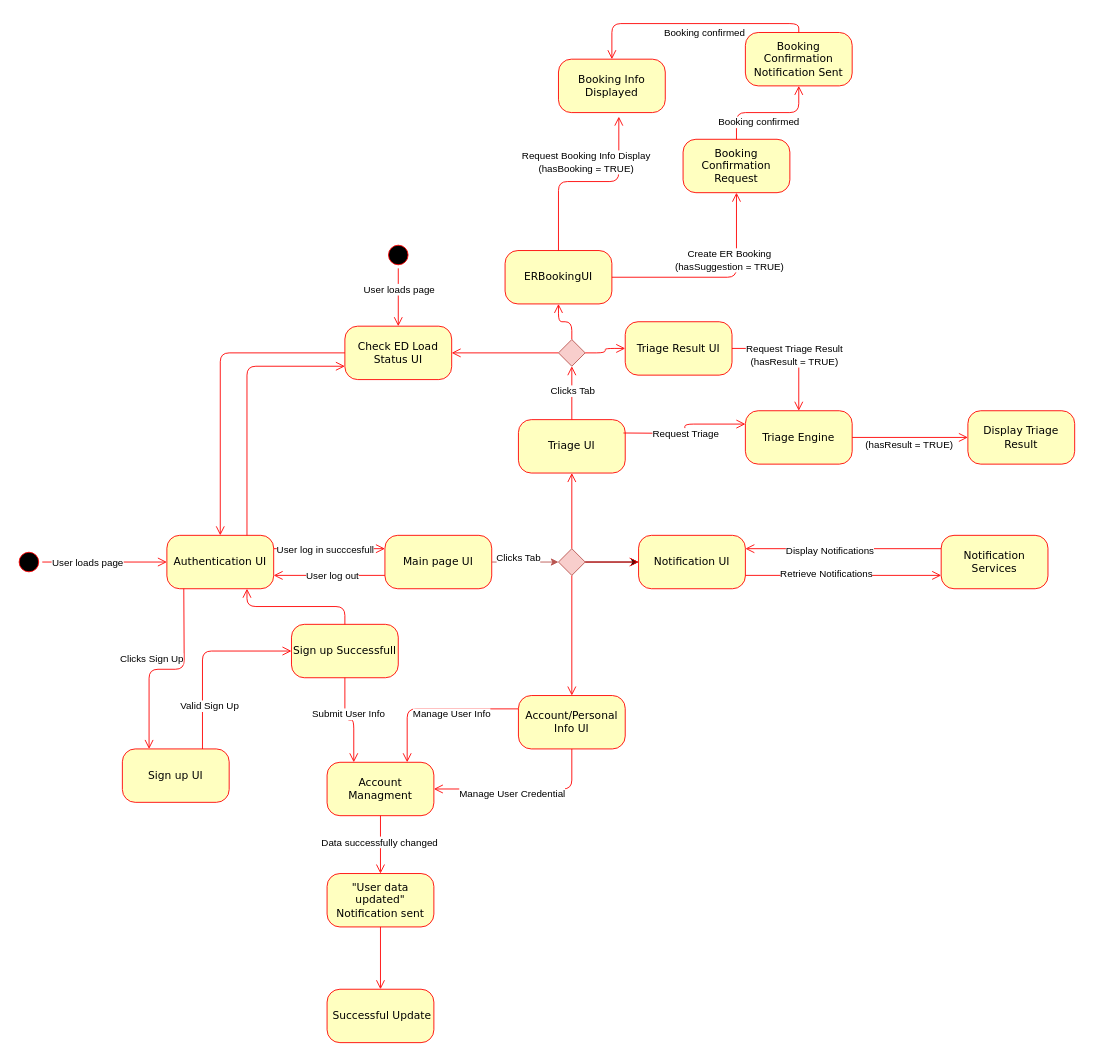
uvic-teach/project-m1-team8 keeps this draw.io diagram as Drawio/UIStateDiagram.drawio. Above is the earlier version. Source tidied: cells renumbered, new cells numbered last; positions are measured from the earlier drawing's top-left corner, leaving out a move shared by most shapes. Both pictures are drawn from the tidied source at 89%, with x=0, y=0 at pixel (15, 32).
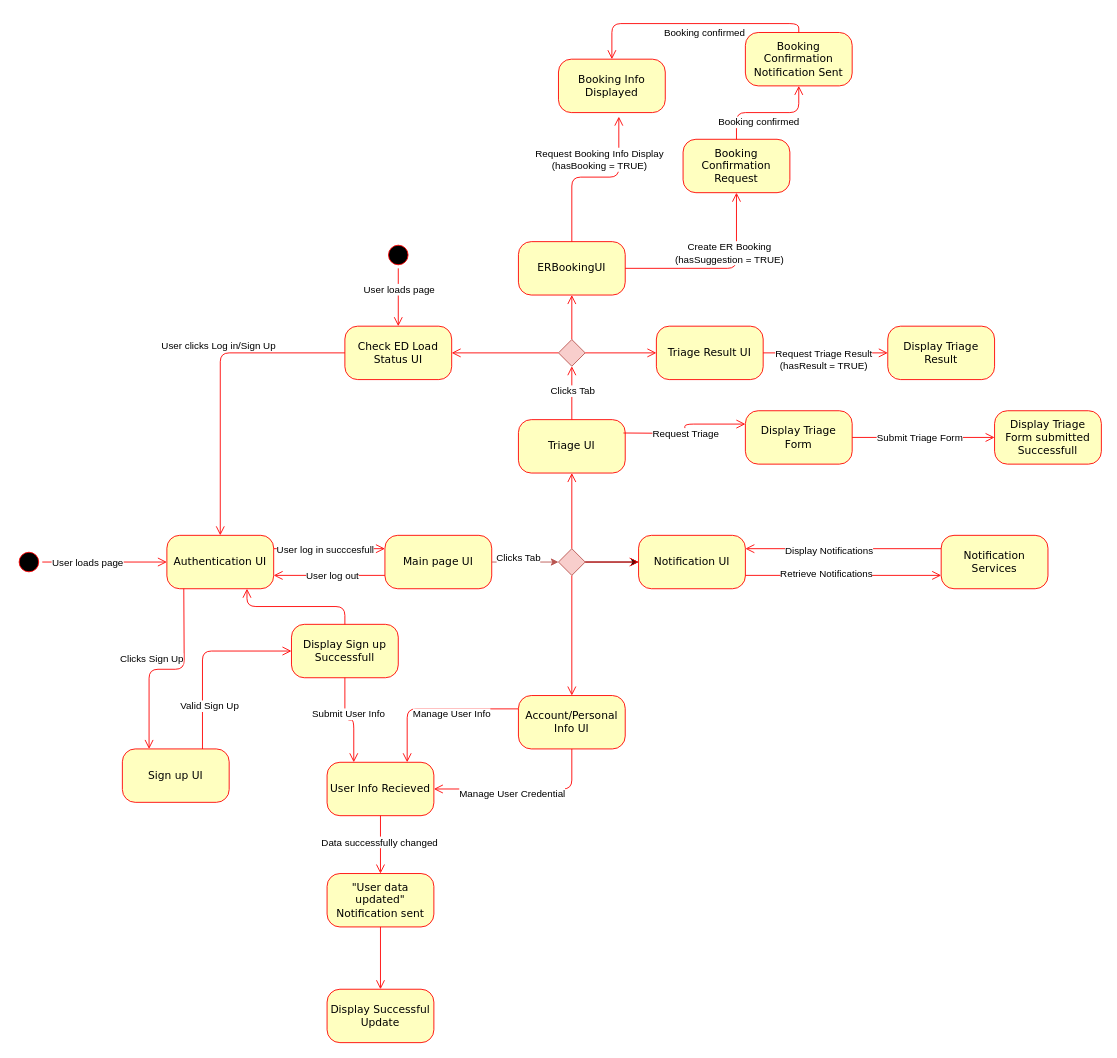
The same diagram, later.

Unchanged cells that the change refers to:
```xml
<mxCell id="3" value="Authentication UI" style="rounded=1;whiteSpace=wrap;html=1;arcSize=24;fillColor=#ffffc0;strokeColor=#ff0000;shadow=0;comic=0;labelBackgroundColor=none;fontFamily=Verdana;fontSize=12;fontColor=#000000;align=center;" parent="1" vertex="1">
  <mxGeometry x="170" y="565" width="120" height="60" as="geometry" />
</mxCell>
<mxCell id="19" value="Check ED Load Status UI" style="rounded=1;whiteSpace=wrap;html=1;arcSize=24;fillColor=#ffffc0;strokeColor=#ff0000;shadow=0;comic=0;labelBackgroundColor=none;fontFamily=Verdana;fontSize=12;fontColor=#000000;align=center;" parent="1" vertex="1">
  <mxGeometry x="370" y="330" width="120" height="60" as="geometry" />
</mxCell>
<mxCell id="23" style="edgeStyle=orthogonalEdgeStyle;html=1;labelBackgroundColor=none;endArrow=open;endSize=8;strokeColor=#ff0000;fontFamily=Verdana;fontSize=12;align=left;entryX=0.5;entryY=0;entryDx=0;entryDy=0;exitX=0;exitY=0.5;exitDx=0;exitDy=0;" parent="1" edge="1" source="19" target="3">
  <mxGeometry relative="1" as="geometry" />
</mxCell>
<mxCell id="76" style="edgeStyle=orthogonalEdgeStyle;html=1;labelBackgroundColor=none;endArrow=open;endSize=8;strokeColor=#ff0000;fontFamily=Verdana;fontSize=12;align=left;exitX=0;exitY=0.25;exitDx=0;exitDy=0;entryX=1;entryY=0.25;entryDx=0;entryDy=0;" parent="1" edge="1" source="75" target="71">
  <mxGeometry relative="1" as="geometry" />
</mxCell>
```

Change to the diagram source:
```diff
@@
     <mxCell id="16" value="ERBookingUI" style="rounded=1;whiteSpace=wrap;html=1;arcSize=24;fillColor=#ffffc0;strokeColor=#ff0000;shadow=0;comic=0;labelBackgroundColor=none;fontFamily=Verdana;fontSize=12;fontColor=#000000;align=center;" parent="1" vertex="1">
-      <mxGeometry x="550" y="245" width="120" height="60" as="geometry" />
+      <mxGeometry x="565" y="235" width="120" height="60" as="geometry" />
     </mxCell>
@@
+    <mxCell id="78" value="User clicks Log in/Sign Up" style="edgeLabel;html=1;align=center;verticalAlign=middle;" parent="23" vertex="1">
+      <mxGeometry x="0.04" y="-4" relative="1" as="geometry">
+        <mxPoint x="1" y="-48" as="offset" />
+      </mxGeometry>
+    </mxCell>
@@
     <mxCell id="35" value="Triage Result UI" style="rounded=1;whiteSpace=wrap;html=1;arcSize=24;fillColor=#ffffc0;strokeColor=#ff0000;shadow=0;comic=0;labelBackgroundColor=none;fontFamily=Verdana;fontSize=12;fontColor=#000000;align=center;" parent="1" vertex="1">
-      <mxGeometry x="685" y="325" width="120" height="60" as="geometry" />
+      <mxGeometry x="720" y="330" width="120" height="60" as="geometry" />
     </mxCell>
@@
-    <mxCell id="37" style="edgeStyle=orthogonalEdgeStyle;html=1;labelBackgroundColor=none;endArrow=open;endSize=8;strokeColor=#ff0000;fontFamily=Verdana;fontSize=12;align=left;exitX=0.75;exitY=0;exitDx=0;exitDy=0;entryX=0;entryY=0.75;entryDx=0;entryDy=0;" parent="1" edge="1" source="3" target="19">
-      <mxGeometry relative="1" as="geometry" />
-    </mxCell>
@@
-    <mxCell id="51" value="Triage Engine" style="rounded=1;whiteSpace=wrap;html=1;arcSize=24;fillColor=#ffffc0;strokeColor=#ff0000;shadow=0;comic=0;labelBackgroundColor=none;fontFamily=Verdana;fontSize=12;fontColor=#000000;align=center;" parent="1" vertex="1">
+    <mxCell id="51" value="Display Triage Form" style="rounded=1;whiteSpace=wrap;html=1;arcSize=24;fillColor=#ffffc0;strokeColor=#ff0000;shadow=0;comic=0;labelBackgroundColor=none;fontFamily=Verdana;fontSize=12;fontColor=#000000;align=center;" parent="1" vertex="1">
       <mxGeometry x="820" y="425" width="120" height="60" as="geometry" />
     </mxCell>
-    <mxCell id="52" style="edgeStyle=orthogonalEdgeStyle;html=1;labelBackgroundColor=none;endArrow=open;endSize=8;strokeColor=#ff0000;fontFamily=Verdana;fontSize=12;align=left;exitX=1;exitY=0.5;exitDx=0;exitDy=0;entryX=0.5;entryY=0;entryDx=0;entryDy=0;" parent="1" edge="1" source="35" target="51">
+    <mxCell id="52" style="edgeStyle=orthogonalEdgeStyle;html=1;labelBackgroundColor=none;endArrow=open;endSize=8;strokeColor=#ff0000;fontFamily=Verdana;fontSize=12;align=left;exitX=1;exitY=0.5;exitDx=0;exitDy=0;entryX=0;entryY=0.5;entryDx=0;entryDy=0;" parent="1" edge="1" source="35" target="56">
       <mxGeometry relative="1" as="geometry" />
     </mxCell>
@@
-    <mxCell id="54" style="edgeStyle=orthogonalEdgeStyle;html=1;labelBackgroundColor=none;endArrow=open;endSize=8;strokeColor=#ff0000;fontFamily=Verdana;fontSize=12;align=left;exitX=1;exitY=0.5;exitDx=0;exitDy=0;entryX=0;entryY=0.5;entryDx=0;entryDy=0;" parent="1" edge="1" source="51" target="56">
-      <mxGeometry relative="1" as="geometry" />
-    </mxCell>
-    <mxCell id="55" value="&lt;div&gt;(hasResult = TRUE)&lt;br&gt;&lt;/div&gt;" style="edgeLabel;html=1;align=center;verticalAlign=middle;" parent="54" vertex="1">
-      <mxGeometry x="-0.16" relative="1" as="geometry">
-        <mxPoint x="8" y="7" as="offset" />
-      </mxGeometry>
-    </mxCell>
     <mxCell id="56" value="Display Triage Result" style="rounded=1;whiteSpace=wrap;html=1;arcSize=24;fillColor=#ffffc0;strokeColor=#ff0000;shadow=0;comic=0;labelBackgroundColor=none;fontFamily=Verdana;fontSize=12;fontColor=#000000;align=center;" parent="1" vertex="1">
-      <mxGeometry x="1070" y="425" width="120" height="60" as="geometry" />
+      <mxGeometry x="980" y="330" width="120" height="60" as="geometry" />
     </mxCell>
-    <mxCell id="57" value="Account Managment" style="rounded=1;whiteSpace=wrap;html=1;arcSize=24;fillColor=#ffffc0;strokeColor=#ff0000;shadow=0;comic=0;labelBackgroundColor=none;fontFamily=Verdana;fontSize=12;fontColor=#000000;align=center;" parent="1" vertex="1">
+    <mxCell id="57" value="User Info Recieved" style="rounded=1;whiteSpace=wrap;html=1;arcSize=24;fillColor=#ffffc0;strokeColor=#ff0000;shadow=0;comic=0;labelBackgroundColor=none;fontFamily=Verdana;fontSize=12;fontColor=#000000;align=center;" parent="1" vertex="1">
       <mxGeometry x="350" y="820" width="120" height="60" as="geometry" />
     </mxCell>
-    <mxCell id="58" value="Sign up Successfull" style="rounded=1;whiteSpace=wrap;html=1;arcSize=24;fillColor=#ffffc0;strokeColor=#ff0000;shadow=0;comic=0;labelBackgroundColor=none;fontFamily=Verdana;fontSize=12;fontColor=#000000;align=center;" parent="1" vertex="1">
+    <mxCell id="58" value="Display Sign up Successfull" style="rounded=1;whiteSpace=wrap;html=1;arcSize=24;fillColor=#ffffc0;strokeColor=#ff0000;shadow=0;comic=0;labelBackgroundColor=none;fontFamily=Verdana;fontSize=12;fontColor=#000000;align=center;" parent="1" vertex="1">
       <mxGeometry x="310" y="665" width="120" height="60" as="geometry" />
     </mxCell>
@@
-    <mxCell id="70" value="&amp;nbsp;Successful Update" style="rounded=1;whiteSpace=wrap;html=1;arcSize=24;fillColor=#ffffc0;strokeColor=#ff0000;shadow=0;comic=0;labelBackgroundColor=none;fontFamily=Verdana;fontSize=12;fontColor=#000000;align=center;" parent="1" vertex="1">
+    <mxCell id="70" value="Display Successful Update" style="rounded=1;whiteSpace=wrap;html=1;arcSize=24;fillColor=#ffffc0;strokeColor=#ff0000;shadow=0;comic=0;labelBackgroundColor=none;fontFamily=Verdana;fontSize=12;fontColor=#000000;align=center;" parent="1" vertex="1">
       <mxGeometry x="350" y="1075" width="120" height="60" as="geometry" />
     </mxCell>
@@
     <mxCell id="77" value="Display Notifications" style="edgeLabel;html=1;align=center;verticalAlign=middle;" parent="76" vertex="1">
       <mxGeometry x="0.4" y="1" relative="1" as="geometry">
-        <mxPoint x="28" as="offset" />
+        <mxPoint x="27" as="offset" />
       </mxGeometry>
     </mxCell>
+    <mxCell id="79" style="edgeStyle=orthogonalEdgeStyle;html=1;labelBackgroundColor=none;endArrow=open;endSize=8;strokeColor=#ff0000;fontFamily=Verdana;fontSize=12;align=left;exitX=1;exitY=0.5;exitDx=0;exitDy=0;entryX=0;entryY=0.5;entryDx=0;entryDy=0;" parent="1" edge="1" source="51" target="81">
+      <mxGeometry relative="1" as="geometry" />
+    </mxCell>
+    <mxCell id="80" value="Submit Triage Form" style="edgeLabel;html=1;align=center;verticalAlign=middle;" parent="79" vertex="1">
+      <mxGeometry x="-0.06" relative="1" as="geometry" />
+    </mxCell>
+    <mxCell id="81" value="Display Triage Form submitted Successfull" style="rounded=1;whiteSpace=wrap;html=1;arcSize=24;fillColor=#ffffc0;strokeColor=#ff0000;shadow=0;comic=0;labelBackgroundColor=none;fontFamily=Verdana;fontSize=12;fontColor=#000000;align=center;" parent="1" vertex="1">
+      <mxGeometry x="1100" y="425" width="120" height="60" as="geometry" />
+    </mxCell>
```
